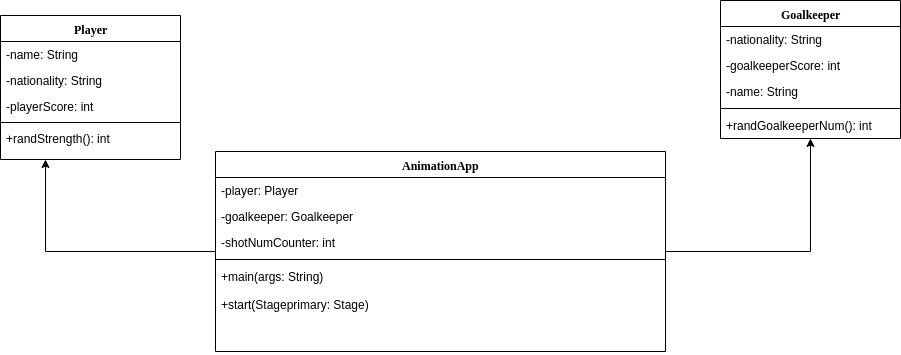
This is Demo2_Official_CD.png from MillionLinesOfCode/javapenalty, a draw.io export, as it was before one commit. Source tidied: cells renumbered, new cells last; positions are measured from the earlier drawing's top-left corner, leaving out a move shared by most shapes.
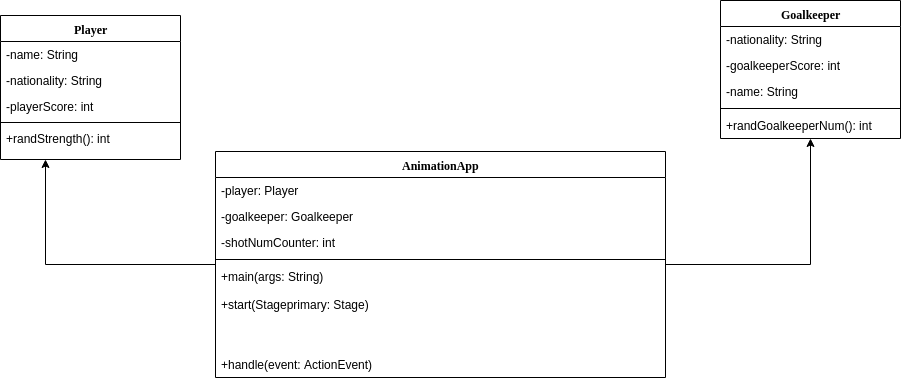
After the commit.

Diff of the diagram source:
```diff
@@ -45,7 +45,7 @@
       <mxGeometry relative="1" as="geometry" />
     </mxCell>
     <mxCell id="16" value="AnimationApp" style="swimlane;html=1;fontStyle=1;align=center;verticalAlign=top;horizontal=1;startSize=26;swimlaneFillColor=#ffffff;rounded=0;shadow=0;comic=0;labelBackgroundColor=none;strokeColor=#000000;strokeWidth=1;fillColor=none;fontFamily=Verdana;fontSize=12;fontColor=#000000;" parent="1" vertex="1">
-      <mxGeometry x="215" y="151" width="450" height="200" as="geometry" />
+      <mxGeometry x="215" y="151" width="450" height="226" as="geometry" />
     </mxCell>
     <mxCell id="17" value="-player: Player" style="text;html=1;strokeColor=none;fillColor=none;align=left;verticalAlign=top;spacingLeft=4;spacingRight=4;whiteSpace=wrap;overflow=hidden;" parent="16" vertex="1">
       <mxGeometry y="26" width="450" height="26" as="geometry" />
@@ -62,5 +62,8 @@
     <mxCell id="21" value="+main(args: String)&lt;br&gt;&lt;br&gt;&lt;span&gt;+start&lt;/span&gt;&lt;span&gt;(&lt;/span&gt;&lt;span&gt;Stage&lt;/span&gt;&lt;span&gt;primary: Stage&lt;/span&gt;&lt;span&gt;)&lt;/span&gt;&lt;br&gt;" style="text;html=1;strokeColor=none;fillColor=none;align=left;verticalAlign=top;spacingLeft=4;spacingRight=4;whiteSpace=wrap;overflow=hidden;rotation=0;" parent="16" vertex="1">
       <mxGeometry y="112" width="450" height="88" as="geometry" />
     </mxCell>
+    <mxCell id="22" value="+&lt;span&gt;handle&lt;/span&gt;&lt;span&gt;(&lt;/span&gt;&lt;span&gt;event: ActionEvent)&lt;/span&gt;" style="text;html=1;strokeColor=none;fillColor=none;align=left;verticalAlign=top;spacingLeft=4;spacingRight=4;whiteSpace=wrap;overflow=hidden;rotation=0;" parent="16" vertex="1">
+      <mxGeometry y="200" width="450" height="26" as="geometry" />
+    </mxCell>
   </root>
 </mxGraphModel>
```
